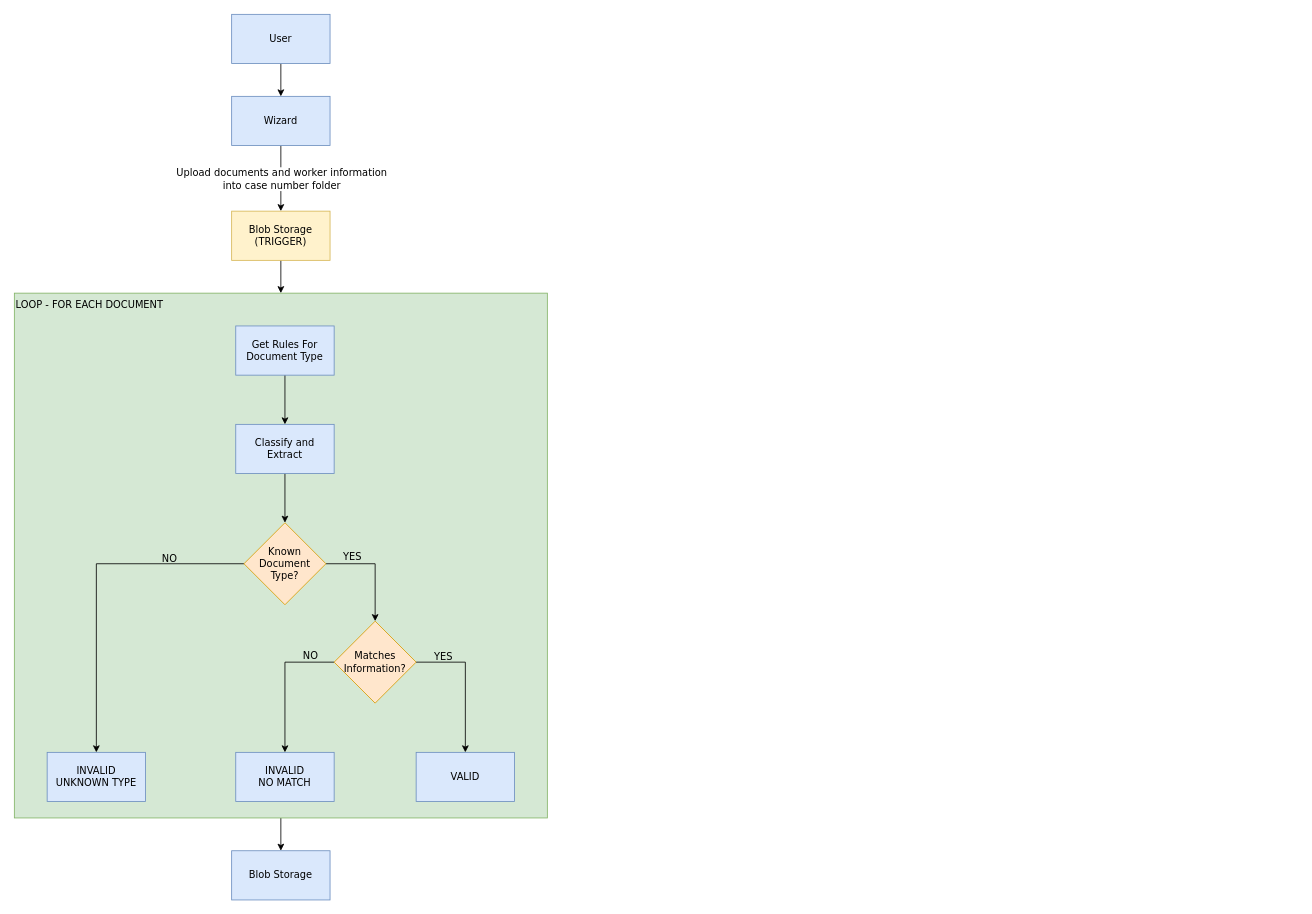
This is page "Wave 9 and 10. Flow Diagram" (13 of 13) of AI.drawio from user11081980/temp, a draw.io file, before an edit. Source tidied: cells renumbered, new cells numbered last; positions are measured from the earlier drawing's top-left corner, leaving out a move shared by most shapes. Both pictures are drawn from the tidied source at 82%, with x=0, y=0 at pixel (14, 14).
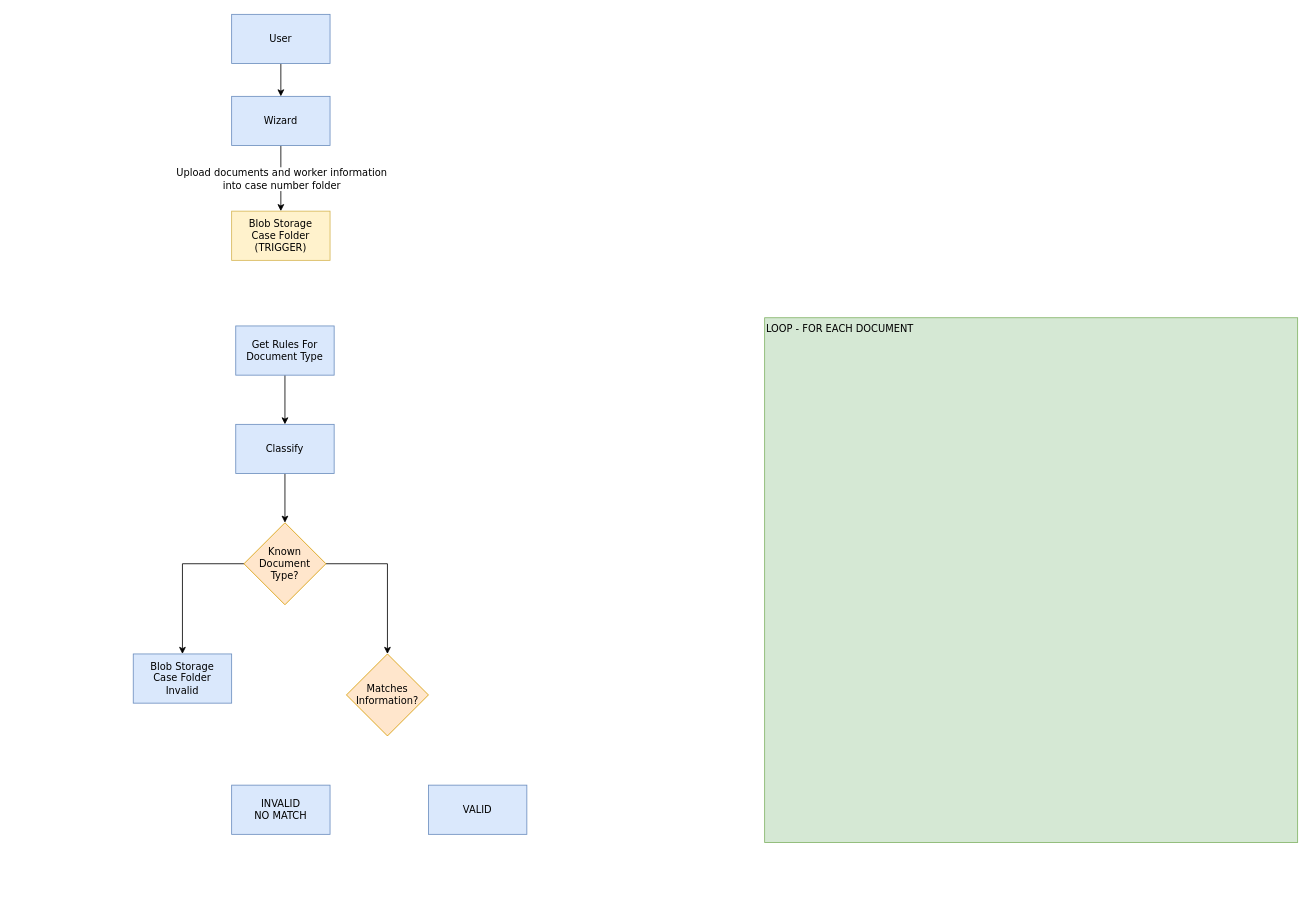
The same page after the edit.

What changed in the source:
```diff
@@
-    <mxCell id="2" style="edgeStyle=orthogonalEdgeStyle;rounded=0;jettySize=auto;html=1;entryX=0.5;entryY=0;entryDx=0;entryDy=0;fontFamily=Verdana;fontSize=12;" parent="1" edge="1" source="3" target="26">
-      <mxGeometry relative="1" as="geometry" />
-    </mxCell>
     <mxCell id="3" value="LOOP - FOR EACH DOCUMENT" style="rounded=0;whiteSpace=wrap;html=1;fillColor=#d5e8d4;verticalAlign=top;align=left;strokeColor=#82b366;fontFamily=Verdana;fontSize=12;" parent="1" vertex="1">
-      <mxGeometry y="340" width="650" height="640" as="geometry" />
+      <mxGeometry x="915" y="370" width="650" height="640" as="geometry" />
     </mxCell>
@@
-    <mxCell id="7" style="edgeStyle=orthogonalEdgeStyle;rounded=0;jettySize=auto;html=1;entryX=0.5;entryY=0;entryDx=0;entryDy=0;fontFamily=Verdana;fontSize=12;" parent="1" edge="1" source="8" target="3">
-      <mxGeometry relative="1" as="geometry" />
-    </mxCell>
-    <mxCell id="8" value="Blob Storage&lt;br&gt;(TRIGGER)" style="rounded=0;whiteSpace=wrap;html=1;fillColor=#fff2cc;strokeColor=#d6b656;fontFamily=Verdana;fontSize=12;" parent="1" vertex="1">
+    <mxCell id="8" value="Blob Storage&lt;br&gt;Case Folder&lt;br&gt;(TRIGGER)" style="rounded=0;whiteSpace=wrap;html=1;fillColor=#fff2cc;strokeColor=#d6b656;fontFamily=Verdana;fontSize=12;" parent="1" vertex="1">
       <mxGeometry x="265" y="240" width="120" height="60" as="geometry" />
     </mxCell>
@@
-    <mxCell id="11" style="edgeStyle=orthogonalEdgeStyle;rounded=0;jettySize=auto;html=1;entryX=0.5;entryY=0;entryDx=0;entryDy=0;fontFamily=Verdana;fontSize=12;" parent="1" edge="1" source="15" target="21">
-      <mxGeometry relative="1" as="geometry" />
-    </mxCell>
-    <mxCell id="12" value="NO" style="edgeLabel;html=1;align=center;verticalAlign=bottom;labelBackgroundColor=none;fontSize=12;fontFamily=Verdana;" parent="11" vertex="1">
-      <mxGeometry x="-0.55" y="2" relative="1" as="geometry" />
-    </mxCell>
-    <mxCell id="13" style="edgeStyle=orthogonalEdgeStyle;rounded=0;jettySize=auto;html=1;fontFamily=Verdana;fontSize=12;" parent="1" edge="1" source="15" target="18">
-      <mxGeometry relative="1" as="geometry" />
-    </mxCell>
-    <mxCell id="14" value="YES" style="edgeLabel;html=1;align=center;verticalAlign=bottom;labelBackgroundColor=none;fontSize=12;fontFamily=Verdana;" parent="13" vertex="1">
-      <mxGeometry x="-0.52" relative="1" as="geometry" />
-    </mxCell>
-    <mxCell id="15" value="Known Document Type?" style="rhombus;whiteSpace=wrap;html=1;fillColor=#ffe6cc;strokeColor=#d79b00;fontFamily=Verdana;fontSize=12;" parent="1" vertex="1">
-      <mxGeometry x="280" y="620" width="100" height="100" as="geometry" />
-    </mxCell>
-    <mxCell id="16" style="edgeStyle=orthogonalEdgeStyle;rounded=0;jettySize=auto;html=1;exitX=0;exitY=0.5;exitDx=0;exitDy=0;fontFamily=Verdana;fontSize=12;" parent="1" edge="1" source="18" target="22">
-      <mxGeometry relative="1" as="geometry" />
-    </mxCell>
-    <mxCell id="17" value="NO" style="edgeLabel;html=1;align=center;verticalAlign=bottom;labelBackgroundColor=none;fontSize=12;fontFamily=Verdana;" parent="16" vertex="1">
-      <mxGeometry x="-0.65" y="1" relative="1" as="geometry" />
-    </mxCell>
-    <mxCell id="18" value="Matches Information?" style="rhombus;whiteSpace=wrap;html=1;fillColor=#ffe6cc;strokeColor=#d79b00;fontFamily=Verdana;fontSize=12;" parent="1" vertex="1">
-      <mxGeometry x="390" y="740" width="100" height="100" as="geometry" />
-    </mxCell>
-    <mxCell id="19" style="edgeStyle=orthogonalEdgeStyle;rounded=0;jettySize=auto;html=1;entryX=0.5;entryY=0;entryDx=0;entryDy=0;fontFamily=Verdana;fontSize=12;" parent="1" edge="1" source="20" target="15">
+    <mxCell id="19" style="edgeStyle=none;html=1;entryX=0.5;entryY=0;entryDx=0;entryDy=0;fontFamily=Verdana;" parent="1" edge="1" source="20" target="15">
       <mxGeometry relative="1" as="geometry" />
     </mxCell>
-    <mxCell id="20" value="Classify and Extract" style="rounded=0;whiteSpace=wrap;html=1;fillColor=#dae8fc;strokeColor=#6c8ebf;fontFamily=Verdana;fontSize=12;" parent="1" vertex="1">
+    <mxCell id="20" value="Classify" style="rounded=0;whiteSpace=wrap;html=1;fillColor=#dae8fc;strokeColor=#6c8ebf;fontFamily=Verdana;fontSize=12;" parent="1" vertex="1">
       <mxGeometry x="270" y="500" width="120" height="60" as="geometry" />
     </mxCell>
-    <mxCell id="21" value="INVALID&lt;br&gt;UNKNOWN TYPE" style="rounded=0;whiteSpace=wrap;html=1;fillColor=#dae8fc;strokeColor=#6c8ebf;fontFamily=Verdana;fontSize=12;" parent="1" vertex="1">
-      <mxGeometry x="40" y="900" width="120" height="60" as="geometry" />
+    <mxCell id="21" value="Blob Storage&lt;br&gt;Case Folder&lt;div&gt;Invalid&lt;/div&gt;" style="rounded=0;whiteSpace=wrap;html=1;fillColor=#dae8fc;strokeColor=#6c8ebf;fontFamily=Verdana;fontSize=12;" parent="1" vertex="1">
+      <mxGeometry x="145" y="780" width="120" height="60" as="geometry" />
     </mxCell>
     <mxCell id="22" value="INVALID&lt;br&gt;NO MATCH" style="rounded=0;whiteSpace=wrap;html=1;fillColor=#dae8fc;strokeColor=#6c8ebf;fontFamily=Verdana;fontSize=12;" parent="1" vertex="1">
-      <mxGeometry x="270" y="900" width="120" height="60" as="geometry" />
+      <mxGeometry x="265" y="940" width="120" height="60" as="geometry" />
     </mxCell>
-    <mxCell id="23" style="edgeStyle=orthogonalEdgeStyle;rounded=0;jettySize=auto;html=1;exitX=1;exitY=0.5;exitDx=0;exitDy=0;fontFamily=Verdana;fontSize=12;" parent="1" edge="1" source="18" target="25">
-      <mxGeometry relative="1" as="geometry" />
-    </mxCell>
-    <mxCell id="24" value="YES" style="edgeLabel;html=1;align=center;verticalAlign=bottom;labelBackgroundColor=none;fontSize=12;fontFamily=Verdana;" parent="23" vertex="1">
-      <mxGeometry x="-0.62" y="-2" relative="1" as="geometry" />
-    </mxCell>
     <mxCell id="25" value="VALID" style="rounded=0;whiteSpace=wrap;html=1;fillColor=#dae8fc;strokeColor=#6c8ebf;fontFamily=Verdana;fontSize=12;" parent="1" vertex="1">
-      <mxGeometry x="490" y="900" width="120" height="60" as="geometry" />
+      <mxGeometry x="505" y="940" width="120" height="60" as="geometry" />
     </mxCell>
-    <mxCell id="26" value="Blob Storage" style="rounded=0;whiteSpace=wrap;html=1;fillColor=#dae8fc;strokeColor=#6c8ebf;fontFamily=Verdana;fontSize=12;" parent="1" vertex="1">
-      <mxGeometry x="265" y="1020" width="120" height="60" as="geometry" />
-    </mxCell>
@@
+    <mxCell id="11" style="edgeStyle=orthogonalEdgeStyle;html=1;fontFamily=Verdana;rounded=0;curved=0;" parent="1" edge="1" source="15" target="21">
+      <mxGeometry relative="1" as="geometry" />
+    </mxCell>
+    <mxCell id="13" style="edgeStyle=orthogonalEdgeStyle;html=1;fontFamily=Verdana;rounded=0;curved=0;" parent="1" edge="1" source="15" target="18">
+      <mxGeometry relative="1" as="geometry" />
+    </mxCell>
+    <mxCell id="15" value="Known Document Type?" style="rhombus;whiteSpace=wrap;html=1;fillColor=#ffe6cc;strokeColor=#d79b00;fontFamily=Verdana;fontSize=12;" parent="1" vertex="1">
+      <mxGeometry x="280" y="620" width="100" height="100" as="geometry" />
+    </mxCell>
+    <mxCell id="18" value="Matches Information?" style="rhombus;whiteSpace=wrap;html=1;fillColor=#ffe6cc;strokeColor=#d79b00;fontFamily=Verdana;fontSize=12;" parent="1" vertex="1">
+      <mxGeometry x="405" y="780" width="100" height="100" as="geometry" />
+    </mxCell>
```
